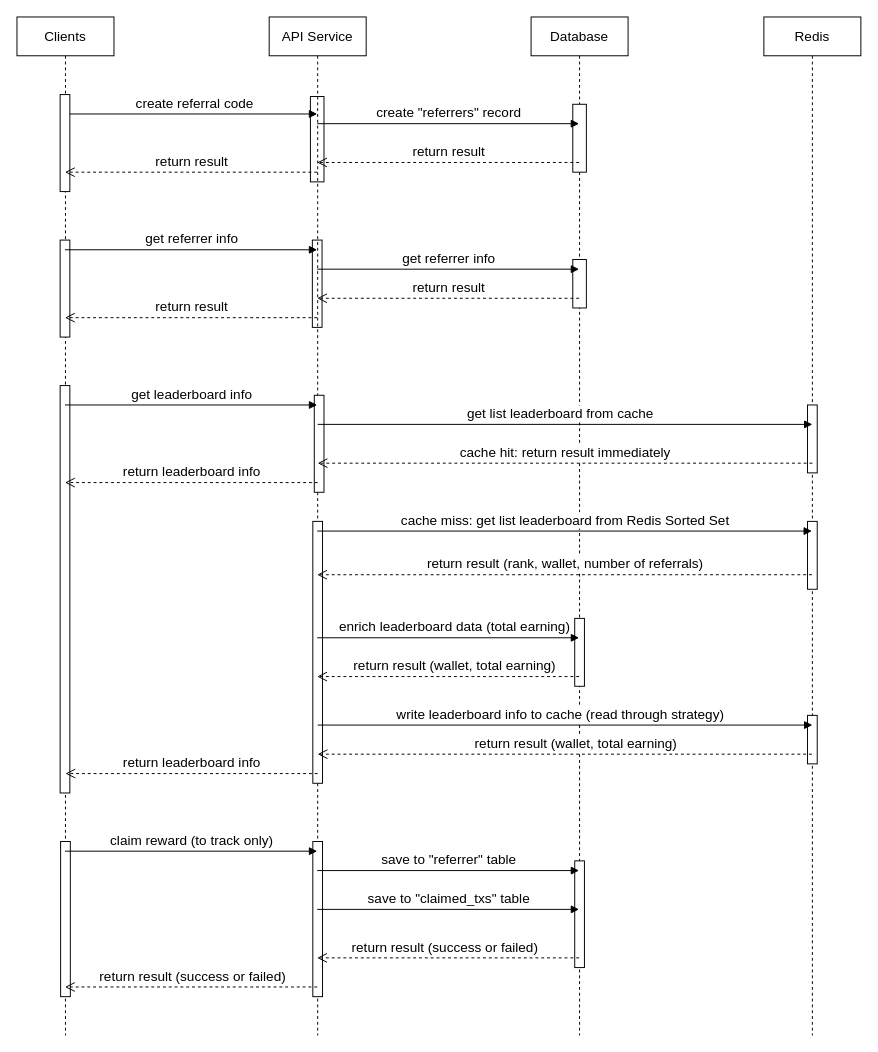
piavgh/draw.io-data keeps this draw.io diagram as TxProcessor service sequence diagram.drawio. Above is the earlier version. Source tidied: cells renumbered, new cells numbered last; positions are measured from the earlier drawing's top-left corner, leaving out a move shared by most shapes. Both pictures are drawn from the tidied source at 97%, with x=0, y=0 at pixel (16, 16).
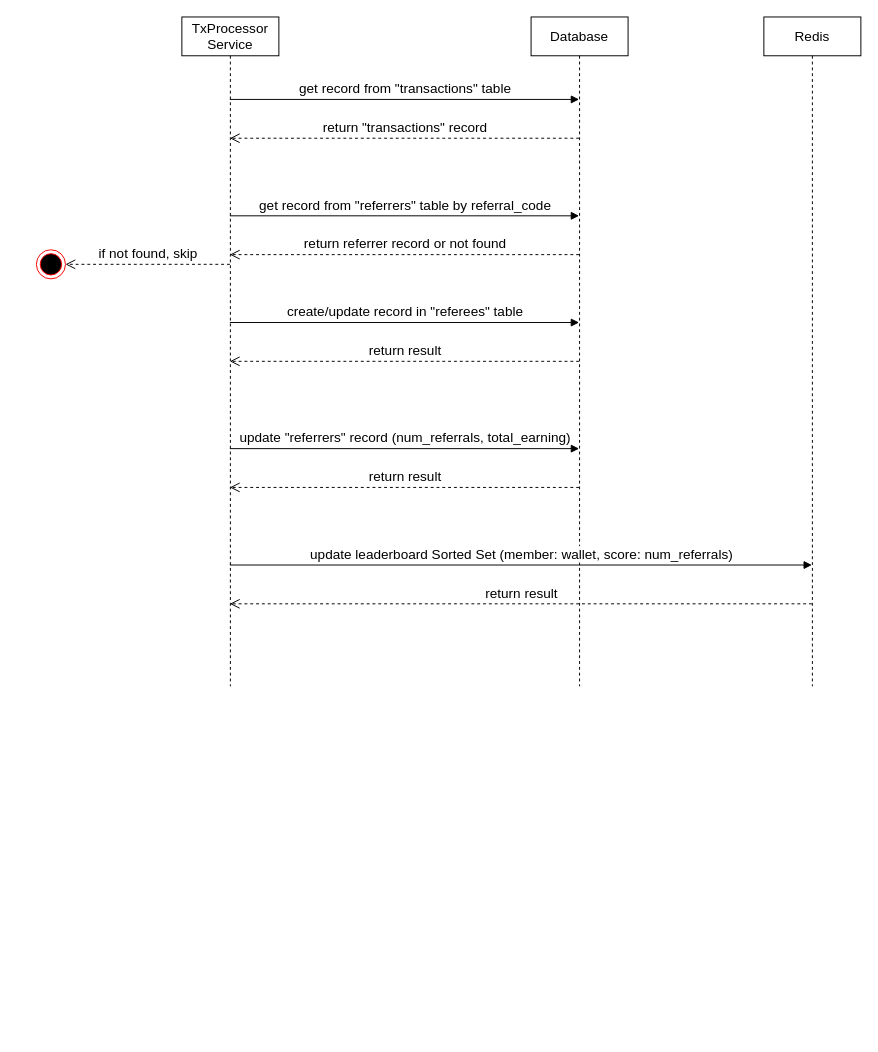
Above is the later version.

What changed in the source:
```diff
@@
-    <mxCell id="2" style="html=1;perimeter=orthogonalPerimeter;" parent="1" vertex="1">
-      <mxGeometry x="304.5" y="230" width="10" height="90" as="geometry" />
-    </mxCell>
-    <mxCell id="3" style="html=1;perimeter=orthogonalPerimeter;" parent="1" vertex="1">
-      <mxGeometry x="302.5" y="82" width="14" height="88" as="geometry" />
-    </mxCell>
-    <mxCell id="4" value="Clients" style="shape=umlLifeline;perimeter=lifelinePerimeter;whiteSpace=wrap;html=1;outlineConnect=0;fontSize=14;" parent="1" vertex="1">
-      <mxGeometry width="100" height="1050" as="geometry" />
-    </mxCell>
-    <mxCell id="5" style="html=1;points=[];perimeter=orthogonalPerimeter;" parent="4" vertex="1">
-      <mxGeometry x="44.5" y="80" width="10" height="100" as="geometry" />
-    </mxCell>
-    <mxCell id="6" style="html=1;perimeter=orthogonalPerimeter;" parent="4" vertex="1">
-      <mxGeometry x="44.5" y="230" width="10" height="100" as="geometry" />
-    </mxCell>
-    <mxCell id="7" style="html=1;perimeter=orthogonalPerimeter;" parent="4" vertex="1">
-      <mxGeometry x="44.5" y="380" width="10" height="420" as="geometry" />
-    </mxCell>
-    <mxCell id="8" style="html=1;perimeter=orthogonalPerimeter;" parent="4" vertex="1">
-      <mxGeometry x="45" y="850" width="10" height="160" as="geometry" />
-    </mxCell>
-    <mxCell id="9" value="API Service" style="shape=umlLifeline;perimeter=lifelinePerimeter;whiteSpace=wrap;html=1;outlineConnect=0;fontSize=14;" parent="1" vertex="1">
-      <mxGeometry x="260" width="100" height="1050" as="geometry" />
+    <mxCell id="9" value="TxProcessor Service" style="shape=umlLifeline;perimeter=lifelinePerimeter;whiteSpace=wrap;html=1;outlineConnect=0;fontSize=14;" parent="1" vertex="1">
+      <mxGeometry x="170" width="100" height="690" as="geometry" />
     </mxCell>
-    <mxCell id="10" style="html=1;perimeter=orthogonalPerimeter;" parent="9" vertex="1">
-      <mxGeometry x="46.5" y="390" width="10" height="100" as="geometry" />
-    </mxCell>
-    <mxCell id="11" style="html=1;perimeter=orthogonalPerimeter;" parent="9" vertex="1">
-      <mxGeometry x="45" y="520" width="10" height="270" as="geometry" />
-    </mxCell>
-    <mxCell id="12" style="html=1;perimeter=orthogonalPerimeter;" parent="9" vertex="1">
-      <mxGeometry x="45" y="850" width="10" height="160" as="geometry" />
-    </mxCell>
     <mxCell id="13" value="Database" style="shape=umlLifeline;perimeter=lifelinePerimeter;whiteSpace=wrap;html=1;fontSize=14;" parent="1" vertex="1">
-      <mxGeometry x="530" width="100" height="1050" as="geometry" />
+      <mxGeometry x="530" width="100" height="690" as="geometry" />
     </mxCell>
-    <mxCell id="14" style="html=1;perimeter=orthogonalPerimeter;" parent="13" vertex="1">
-      <mxGeometry x="43" y="90" width="14" height="70" as="geometry" />
-    </mxCell>
-    <mxCell id="15" style="html=1;perimeter=orthogonalPerimeter;" parent="13" vertex="1">
-      <mxGeometry x="43" y="250" width="14" height="50" as="geometry" />
-    </mxCell>
-    <mxCell id="16" style="html=1;perimeter=orthogonalPerimeter;" parent="13" vertex="1">
-      <mxGeometry x="45" y="620" width="10" height="70" as="geometry" />
-    </mxCell>
-    <mxCell id="17" style="html=1;perimeter=orthogonalPerimeter;" parent="13" vertex="1">
-      <mxGeometry x="45" y="870" width="10" height="110" as="geometry" />
-    </mxCell>
     <mxCell id="18" value="Redis" style="shape=umlLifeline;perimeter=lifelinePerimeter;whiteSpace=wrap;html=1;outlineConnect=0;fontSize=14;" parent="1" vertex="1">
-      <mxGeometry x="770" width="100" height="1050" as="geometry" />
+      <mxGeometry x="770" width="100" height="690" as="geometry" />
     </mxCell>
-    <mxCell id="19" style="html=1;perimeter=orthogonalPerimeter;" parent="18" vertex="1">
-      <mxGeometry x="45" y="400" width="10" height="70" as="geometry" />
-    </mxCell>
-    <mxCell id="20" style="html=1;perimeter=orthogonalPerimeter;" parent="18" vertex="1">
-      <mxGeometry x="45" y="520" width="10" height="70" as="geometry" />
-    </mxCell>
-    <mxCell id="21" style="html=1;perimeter=orthogonalPerimeter;" parent="18" vertex="1">
-      <mxGeometry x="45" y="720" width="10" height="50" as="geometry" />
-    </mxCell>
-    <mxCell id="22" value="create referral code" style="html=1;verticalAlign=bottom;endArrow=block;rounded=0;fontSize=14;" parent="1" edge="1" source="5">
-      <mxGeometry relative="1" as="geometry">
-        <mxPoint x="309.5" y="100" as="targetPoint" />
-      </mxGeometry>
-    </mxCell>
-    <mxCell id="23" value="create &quot;referrers&quot; record" style="html=1;verticalAlign=bottom;endArrow=block;rounded=0;fontSize=14;" parent="1" edge="1">
-      <mxGeometry relative="1" as="geometry">
-        <mxPoint x="309.5" y="110" as="sourcePoint" />
-        <mxPoint x="579.5" y="110" as="targetPoint" />
-      </mxGeometry>
-    </mxCell>
-    <mxCell id="24" value="return result" style="html=1;verticalAlign=bottom;endArrow=open;dashed=1;endSize=8;rounded=0;fontSize=14;" parent="1" edge="1">
-      <mxGeometry relative="1" as="geometry">
-        <mxPoint x="579.5" y="150" as="sourcePoint" />
-        <mxPoint x="309.5" y="150" as="targetPoint" />
-      </mxGeometry>
-    </mxCell>
-    <mxCell id="25" value="return result" style="html=1;verticalAlign=bottom;endArrow=open;dashed=1;endSize=8;rounded=0;fontSize=14;" parent="1" edge="1">
-      <mxGeometry relative="1" as="geometry">
-        <mxPoint x="309.5" y="160" as="sourcePoint" />
-        <mxPoint x="49.5" y="160" as="targetPoint" />
-      </mxGeometry>
-    </mxCell>
-    <mxCell id="26" value="get referrer info" style="html=1;verticalAlign=bottom;endArrow=block;rounded=0;fontSize=14;" parent="1" edge="1">
-      <mxGeometry relative="1" as="geometry">
-        <mxPoint x="49.5" y="240" as="sourcePoint" />
-        <mxPoint x="309.5" y="240" as="targetPoint" />
-      </mxGeometry>
-    </mxCell>
-    <mxCell id="27" value="get referrer info" style="html=1;verticalAlign=bottom;endArrow=block;rounded=0;fontSize=14;" parent="1" edge="1">
-      <mxGeometry relative="1" as="geometry">
-        <mxPoint x="309.5" y="260" as="sourcePoint" />
-        <mxPoint x="579.5" y="260" as="targetPoint" />
-      </mxGeometry>
-    </mxCell>
-    <mxCell id="28" value="return result" style="html=1;verticalAlign=bottom;endArrow=open;dashed=1;endSize=8;rounded=0;fontSize=14;" parent="1" edge="1">
-      <mxGeometry relative="1" as="geometry">
-        <mxPoint x="579.5" y="290" as="sourcePoint" />
-        <mxPoint x="309.5" y="290" as="targetPoint" />
-      </mxGeometry>
-    </mxCell>
-    <mxCell id="29" value="return result" style="html=1;verticalAlign=bottom;endArrow=open;dashed=1;endSize=8;rounded=0;fontSize=14;" parent="1" edge="1">
-      <mxGeometry relative="1" as="geometry">
-        <mxPoint x="309.5" y="310" as="sourcePoint" />
-        <mxPoint x="49.5" y="310" as="targetPoint" />
-      </mxGeometry>
-    </mxCell>
-    <mxCell id="30" value="get leaderboard info" style="html=1;verticalAlign=bottom;endArrow=block;rounded=0;fontSize=14;" parent="1" edge="1">
-      <mxGeometry relative="1" as="geometry">
-        <mxPoint x="49.5" y="400" as="sourcePoint" />
-        <mxPoint x="309.5" y="400" as="targetPoint" />
-      </mxGeometry>
-    </mxCell>
-    <mxCell id="31" value="cache miss: get list leaderboard from Redis Sorted Set" style="html=1;verticalAlign=bottom;endArrow=block;rounded=0;fontSize=14;" parent="1" edge="1">
-      <mxGeometry relative="1" as="geometry">
-        <mxPoint x="309.5" y="530" as="sourcePoint" />
-        <mxPoint x="819.5" y="530" as="targetPoint" />
-      </mxGeometry>
-    </mxCell>
-    <mxCell id="32" value="return result (rank, wallet, number of referrals)" style="html=1;verticalAlign=bottom;endArrow=open;dashed=1;endSize=8;rounded=0;fontSize=14;" parent="1" edge="1">
-      <mxGeometry relative="1" as="geometry">
-        <mxPoint x="819.5" y="575" as="sourcePoint" />
-        <mxPoint x="309.5" y="575" as="targetPoint" />
-      </mxGeometry>
-    </mxCell>
-    <mxCell id="33" value="enrich leaderboard data (total earning)" style="html=1;verticalAlign=bottom;endArrow=block;rounded=0;fontSize=14;" parent="1" edge="1">
-      <mxGeometry x="0.04" relative="1" as="geometry">
-        <mxPoint x="309.5" y="640" as="sourcePoint" />
-        <mxPoint x="579.5" y="640" as="targetPoint" />
-        <mxPoint x="1" as="offset" />
-      </mxGeometry>
-    </mxCell>
-    <mxCell id="34" value="return result (wallet, total earning)" style="html=1;verticalAlign=bottom;endArrow=open;dashed=1;endSize=8;rounded=0;fontSize=14;" parent="1" edge="1">
-      <mxGeometry x="-0.04" relative="1" as="geometry">
-        <mxPoint x="579.5" y="680" as="sourcePoint" />
-        <mxPoint x="309.5" y="680" as="targetPoint" />
-        <mxPoint x="1" as="offset" />
-      </mxGeometry>
-    </mxCell>
-    <mxCell id="35" value="return leaderboard info" style="html=1;verticalAlign=bottom;endArrow=open;dashed=1;endSize=8;rounded=0;fontSize=14;" parent="1" edge="1">
-      <mxGeometry relative="1" as="geometry">
-        <mxPoint x="310" y="780" as="sourcePoint" />
-        <mxPoint x="50" y="780" as="targetPoint" />
-      </mxGeometry>
-    </mxCell>
-    <mxCell id="36" value="claim reward (to track only)" style="html=1;verticalAlign=bottom;endArrow=block;rounded=0;fontSize=14;" parent="1" edge="1">
-      <mxGeometry relative="1" as="geometry">
-        <mxPoint x="49.5" y="860" as="sourcePoint" />
-        <mxPoint x="309.5" y="860" as="targetPoint" />
-      </mxGeometry>
-    </mxCell>
-    <mxCell id="37" value="save to &quot;referrer&quot; table" style="html=1;verticalAlign=bottom;endArrow=block;rounded=0;fontSize=14;" parent="1" edge="1">
-      <mxGeometry relative="1" as="geometry">
-        <mxPoint x="309.5" y="880" as="sourcePoint" />
-        <mxPoint x="579.5" y="880" as="targetPoint" />
-      </mxGeometry>
-    </mxCell>
-    <mxCell id="38" value="save to &quot;claimed_txs&quot; table" style="html=1;verticalAlign=bottom;endArrow=block;rounded=0;fontSize=14;" parent="1" edge="1">
-      <mxGeometry relative="1" as="geometry">
-        <mxPoint x="309.5" y="920" as="sourcePoint" />
-        <mxPoint x="579.5" y="920" as="targetPoint" />
-      </mxGeometry>
-    </mxCell>
-    <mxCell id="39" value="return result (success or failed)" style="html=1;verticalAlign=bottom;endArrow=open;dashed=1;endSize=8;rounded=0;fontSize=14;" parent="1" edge="1">
-      <mxGeometry x="0.03" relative="1" as="geometry">
-        <mxPoint x="579.5" y="970" as="sourcePoint" />
-        <mxPoint x="309.5" y="970" as="targetPoint" />
-      </mxGeometry>
-    </mxCell>
-    <mxCell id="40" value="return result (success or failed)" style="html=1;verticalAlign=bottom;endArrow=open;dashed=1;endSize=8;rounded=0;fontSize=14;" parent="1" edge="1">
-      <mxGeometry relative="1" as="geometry">
-        <mxPoint x="309.5" y="1000" as="sourcePoint" />
-        <mxPoint x="49.5" y="1000" as="targetPoint" />
-        <mxPoint x="1" as="offset" />
-      </mxGeometry>
-    </mxCell>
-    <mxCell id="41" value="get list leaderboard from cache" style="html=1;verticalAlign=bottom;endArrow=block;rounded=0;fontSize=14;" parent="1" edge="1">
-      <mxGeometry x="-0.02" relative="1" as="geometry">
-        <mxPoint x="310" y="420" as="sourcePoint" />
-        <mxPoint x="820" y="420" as="targetPoint" />
-      </mxGeometry>
-    </mxCell>
-    <mxCell id="42" value="write leaderboard info to cache (read through strategy)" style="html=1;verticalAlign=bottom;endArrow=block;rounded=0;fontSize=14;" parent="1" edge="1">
-      <mxGeometry x="-0.02" relative="1" as="geometry">
-        <mxPoint x="310" y="730" as="sourcePoint" />
-        <mxPoint x="820" y="730" as="targetPoint" />
-      </mxGeometry>
-    </mxCell>
-    <mxCell id="43" value="cache hit: return result immediately" style="html=1;verticalAlign=bottom;endArrow=open;dashed=1;endSize=8;rounded=0;fontSize=14;" parent="1" edge="1">
-      <mxGeometry relative="1" as="geometry">
-        <mxPoint x="820" y="460" as="sourcePoint" />
-        <mxPoint x="310" y="460" as="targetPoint" />
-      </mxGeometry>
-    </mxCell>
-    <mxCell id="44" value="return leaderboard info" style="html=1;verticalAlign=bottom;endArrow=open;dashed=1;endSize=8;rounded=0;fontSize=14;" parent="1" edge="1" target="4">
-      <mxGeometry relative="1" as="geometry">
-        <mxPoint x="310" y="480" as="sourcePoint" />
-      </mxGeometry>
-    </mxCell>
-    <mxCell id="45" value="return result (wallet, total earning)" style="html=1;verticalAlign=bottom;endArrow=open;dashed=1;endSize=8;rounded=0;fontSize=14;" parent="1" edge="1" source="18">
-      <mxGeometry x="-0.04" relative="1" as="geometry">
-        <mxPoint x="310" y="760" as="targetPoint" />
-        <mxPoint x="1" as="offset" />
-      </mxGeometry>
-    </mxCell>
+    <mxCell id="46" value="return referrer record or not found" style="html=1;verticalAlign=bottom;endArrow=open;dashed=1;endSize=8;rounded=0;fontSize=14;" parent="1" edge="1">
+      <mxGeometry relative="1" as="geometry">
+        <mxPoint x="579.5" y="245" as="sourcePoint" />
+        <mxPoint x="219.5" y="245" as="targetPoint" />
+      </mxGeometry>
+    </mxCell>
+    <mxCell id="47" value="get record from &quot;referrers&quot; table by referral_code" style="html=1;verticalAlign=bottom;endArrow=block;rounded=0;fontSize=14;" parent="1" edge="1">
+      <mxGeometry relative="1" as="geometry">
+        <mxPoint x="219.5" y="205" as="sourcePoint" />
+        <mxPoint x="579.5" y="205" as="targetPoint" />
+      </mxGeometry>
+    </mxCell>
+    <mxCell id="48" value="get record from &quot;transactions&quot; table" style="html=1;verticalAlign=bottom;endArrow=block;rounded=0;fontSize=14;" parent="1" edge="1">
+      <mxGeometry relative="1" as="geometry">
+        <mxPoint x="219.5" y="85" as="sourcePoint" />
+        <mxPoint x="579.5" y="85" as="targetPoint" />
+      </mxGeometry>
+    </mxCell>
+    <mxCell id="49" value="return &quot;transactions&quot; record" style="html=1;verticalAlign=bottom;endArrow=open;dashed=1;endSize=8;rounded=0;fontSize=14;" parent="1" edge="1">
+      <mxGeometry relative="1" as="geometry">
+        <mxPoint x="579.5" y="125" as="sourcePoint" />
+        <mxPoint x="219.5" y="125" as="targetPoint" />
+      </mxGeometry>
+    </mxCell>
+    <mxCell id="50" style="ellipse;html=1;shape=endState;fillColor=#000000;strokeColor=#ff0000;fontSize=14;" parent="1" vertex="1">
+      <mxGeometry x="20" y="240" width="30" height="30" as="geometry" />
+    </mxCell>
+    <mxCell id="51" value="if not found, skip" style="html=1;verticalAlign=bottom;endArrow=open;dashed=1;endSize=8;rounded=0;fontSize=14;entryX=1;entryY=0.5;entryDx=0;entryDy=0;" parent="1" edge="1" source="9" target="50">
+      <mxGeometry relative="1" as="geometry" />
+    </mxCell>
+    <mxCell id="52" value="return result" style="html=1;verticalAlign=bottom;endArrow=open;dashed=1;endSize=8;rounded=0;fontSize=14;" parent="1" edge="1">
+      <mxGeometry relative="1" as="geometry">
+        <mxPoint x="579.5" y="355" as="sourcePoint" />
+        <mxPoint x="219.5" y="355" as="targetPoint" />
+      </mxGeometry>
+    </mxCell>
+    <mxCell id="53" value="create/update record in &quot;referees&quot; table" style="html=1;verticalAlign=bottom;endArrow=block;rounded=0;fontSize=14;" parent="1" edge="1">
+      <mxGeometry relative="1" as="geometry">
+        <mxPoint x="219.5" y="315" as="sourcePoint" />
+        <mxPoint x="579.5" y="315" as="targetPoint" />
+      </mxGeometry>
+    </mxCell>
+    <mxCell id="54" value="return result" style="html=1;verticalAlign=bottom;endArrow=open;dashed=1;endSize=8;rounded=0;fontSize=14;" parent="1" edge="1">
+      <mxGeometry relative="1" as="geometry">
+        <mxPoint x="579.5" y="485" as="sourcePoint" />
+        <mxPoint x="219.5" y="485" as="targetPoint" />
+      </mxGeometry>
+    </mxCell>
+    <mxCell id="55" value="update &quot;referrers&quot; record (num_referrals, total_earning)" style="html=1;verticalAlign=bottom;endArrow=block;rounded=0;fontSize=14;" parent="1" edge="1">
+      <mxGeometry relative="1" as="geometry">
+        <mxPoint x="219.5" y="445" as="sourcePoint" />
+        <mxPoint x="579.5" y="445" as="targetPoint" />
+      </mxGeometry>
+    </mxCell>
+    <mxCell id="56" value="return result" style="html=1;verticalAlign=bottom;endArrow=open;dashed=1;endSize=8;rounded=0;fontSize=14;" parent="1" edge="1">
+      <mxGeometry relative="1" as="geometry">
+        <mxPoint x="819.5" y="605" as="sourcePoint" />
+        <mxPoint x="219.5" y="605" as="targetPoint" />
+      </mxGeometry>
+    </mxCell>
+    <mxCell id="57" value="update leaderboard Sorted Set (member: wallet, score: num_referrals)" style="html=1;verticalAlign=bottom;endArrow=block;rounded=0;fontSize=14;" parent="1" edge="1">
+      <mxGeometry relative="1" as="geometry">
+        <mxPoint x="219.5" y="565" as="sourcePoint" />
+        <mxPoint x="819.5" y="565" as="targetPoint" />
+      </mxGeometry>
+    </mxCell>
```
